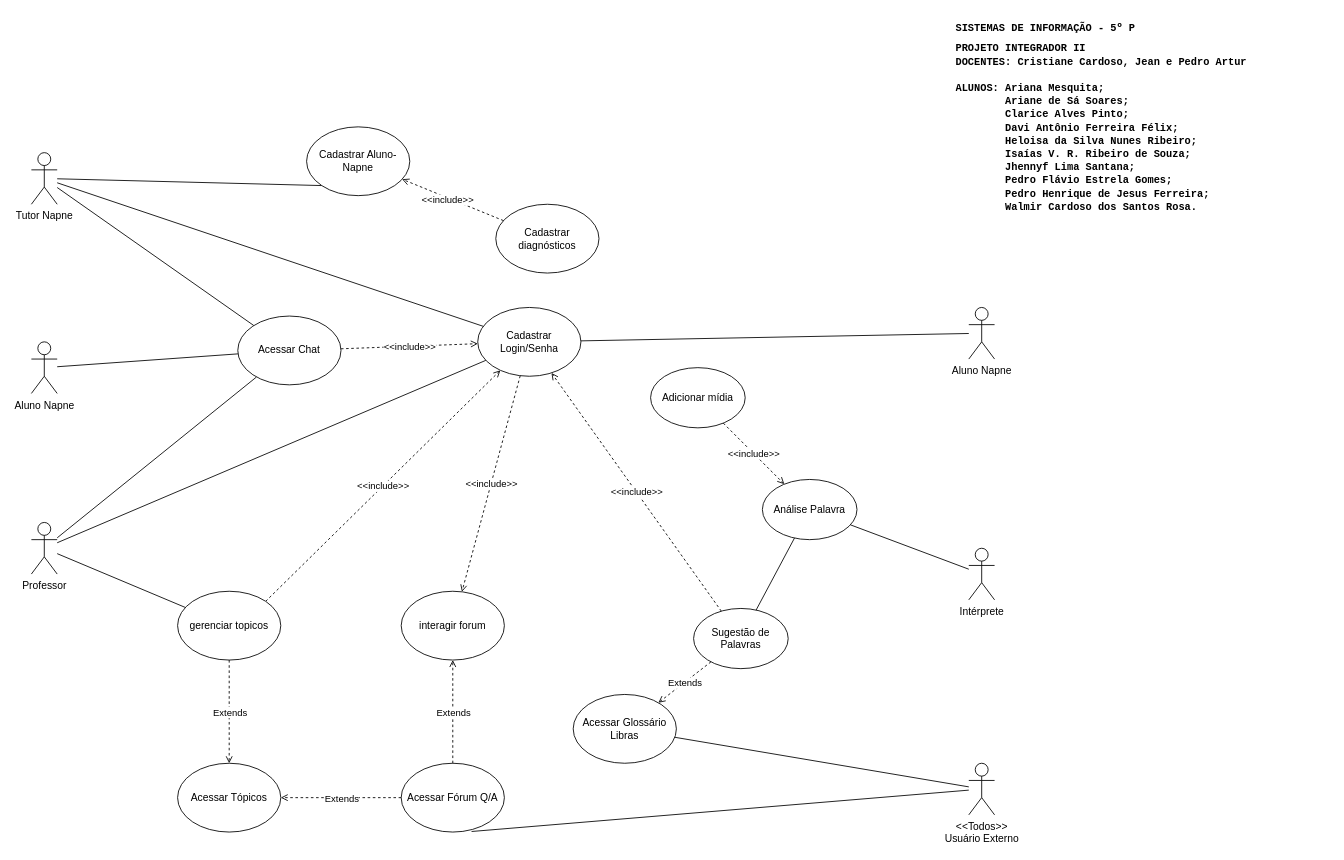
Before: Casos_Uso.drawio in arianamesquita/IFCoders, a draw.io diagram. Source tidied: cells renumbered, new cells numbered last; positions are measured from the earlier drawing's top-left corner, leaving out a move shared by most shapes. Both pictures are drawn from the tidied source at 86%, with x=0, y=0 at pixel (31, 23).
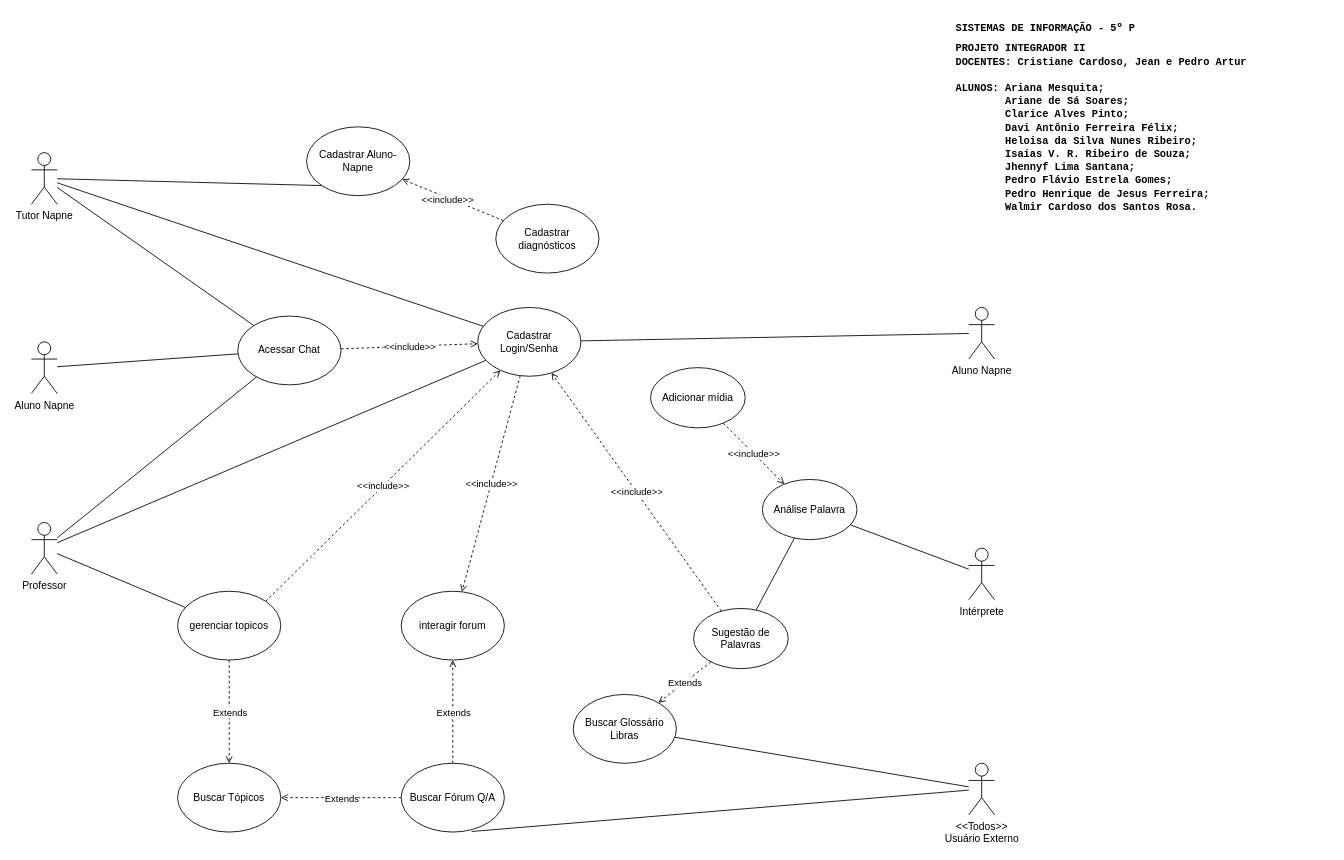
Above is the later version.

The edit, as a diff of the source:
```diff
@@
-    <mxCell id="37" value="Acessar Fórum Q/A" style="ellipse;whiteSpace=wrap;html=1;" parent="1" vertex="1">
+    <mxCell id="37" value="Buscar Fórum Q/A" style="ellipse;whiteSpace=wrap;html=1;" parent="1" vertex="1">
       <mxGeometry x="430" y="860" width="120" height="80" as="geometry" />
     </mxCell>
@@
-    <mxCell id="40" value="Acessar Tópicos" style="ellipse;whiteSpace=wrap;html=1;" parent="1" vertex="1">
+    <mxCell id="40" value="Buscar Tópicos" style="ellipse;whiteSpace=wrap;html=1;" parent="1" vertex="1">
       <mxGeometry x="170" y="860" width="120" height="80" as="geometry" />
     </mxCell>
@@
-    <mxCell id="45" value="Acessar Glossário Libras" style="ellipse;whiteSpace=wrap;html=1;" parent="1" vertex="1">
+    <mxCell id="45" value="Buscar Glossário Libras" style="ellipse;whiteSpace=wrap;html=1;" parent="1" vertex="1">
       <mxGeometry x="630" y="780" width="120" height="80" as="geometry" />
     </mxCell>
```
